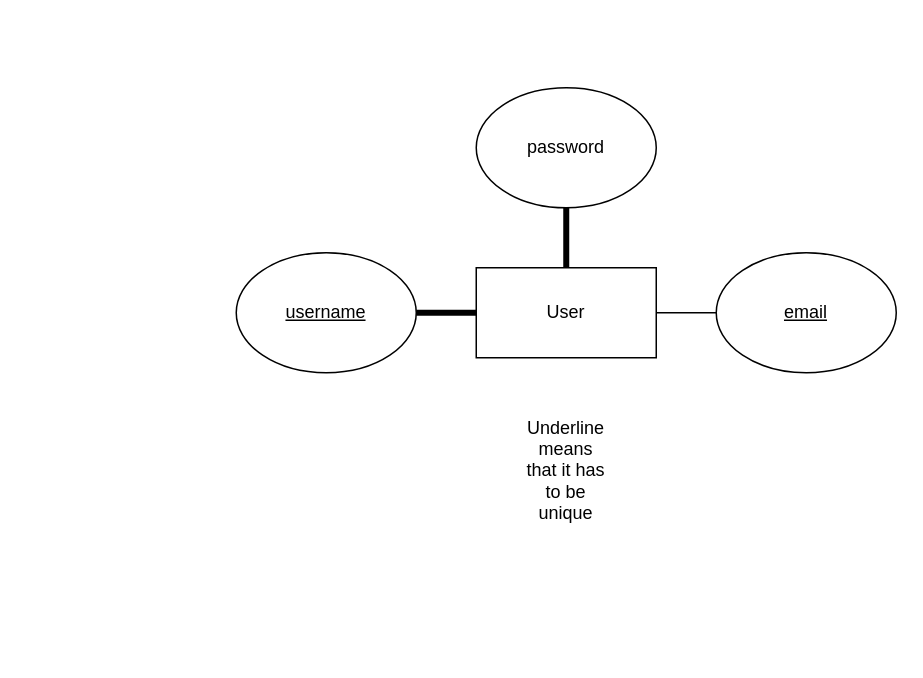
MackInSpace/2-SQL keeps this draw.io diagram as week1/more_practice.drawio. Above is the earlier version. Source tidied: cells renumbered, new cells numbered last; positions are measured from the earlier drawing's top-left corner, leaving out a move shared by most shapes. Both pictures are drawn from the tidied source at 150%, with x=0, y=0 at pixel (236, 87).
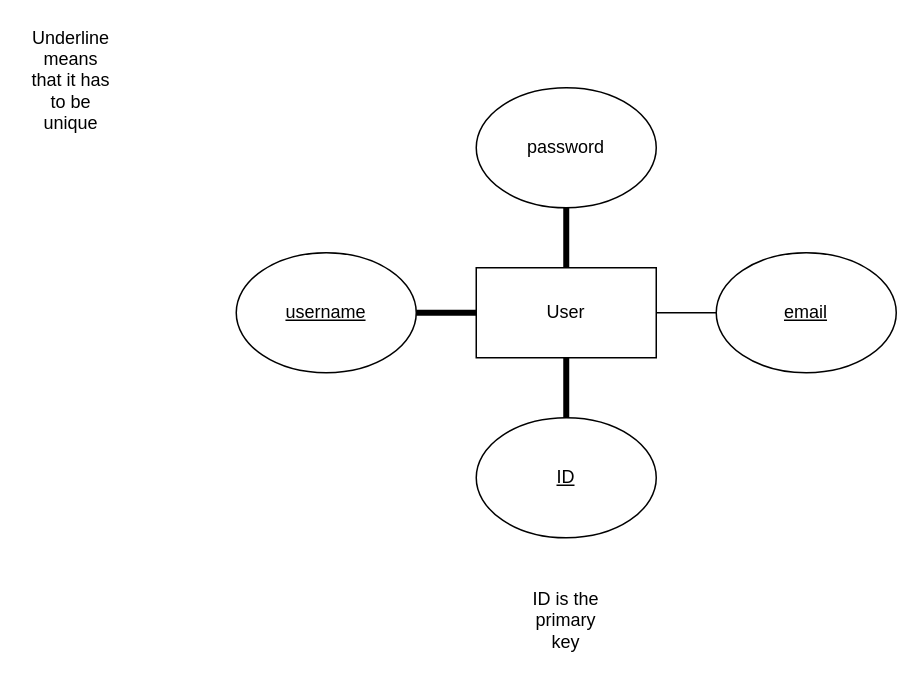
Above is the later version.

Commit message:
primary key

What changed in the source:
```diff
@@
 <mxGraphModel>
   <root>
     <mxCell id="0" />
     <mxCell id="1" parent="0" />
     <mxCell id="2" value="User" style="rounded=0;whiteSpace=wrap;html=1;" parent="1" vertex="1">
       <mxGeometry x="160" y="120" width="120" height="60" as="geometry" />
     </mxCell>
     <mxCell id="3" value="&lt;u&gt;username&lt;/u&gt;" style="ellipse;whiteSpace=wrap;html=1;" parent="1" vertex="1">
       <mxGeometry y="110" width="120" height="80" as="geometry" />
     </mxCell>
     <mxCell id="4" value="password" style="ellipse;whiteSpace=wrap;html=1;" parent="1" vertex="1">
       <mxGeometry x="160" width="120" height="80" as="geometry" />
     </mxCell>
     <mxCell id="5" value="&lt;u&gt;email&lt;/u&gt;" style="ellipse;whiteSpace=wrap;html=1;" parent="1" vertex="1">
       <mxGeometry x="320" y="110" width="120" height="80" as="geometry" />
     </mxCell>
     <mxCell id="6" style="endArrow=none;html=1;exitX=0.5;exitY=0;exitDx=0;exitDy=0;entryX=0.5;entryY=1;entryDx=0;entryDy=0;strokeWidth=4;" parent="1" edge="1" source="2" target="4">
       <mxGeometry relative="1" as="geometry" />
     </mxCell>
     <mxCell id="7" style="endArrow=none;html=1;exitX=1;exitY=0.5;exitDx=0;exitDy=0;entryX=0;entryY=0.5;entryDx=0;entryDy=0;strokeWidth=4;" parent="1" edge="1" source="3" target="2">
       <mxGeometry relative="1" as="geometry" />
     </mxCell>
     <mxCell id="8" style="endArrow=none;html=1;entryX=0;entryY=0.5;entryDx=0;entryDy=0;exitX=1;exitY=0.5;exitDx=0;exitDy=0;" parent="1" edge="1" source="2" target="5">
       <mxGeometry relative="1" as="geometry" />
     </mxCell>
     <mxCell id="9" value="Underline means that it has to be unique" style="text;html=1;align=center;verticalAlign=middle;whiteSpace=wrap;rounded=0;" parent="1" vertex="1">
-      <mxGeometry x="190" y="240" width="60" height="30" as="geometry" />
+      <mxGeometry x="-140" y="-20" width="60" height="30" as="geometry" />
     </mxCell>
+    <mxCell id="10" value="&lt;u&gt;ID&lt;/u&gt;" style="ellipse;whiteSpace=wrap;html=1;" parent="1" vertex="1">
+      <mxGeometry x="160" y="220" width="120" height="80" as="geometry" />
+    </mxCell>
+    <mxCell id="11" style="endArrow=none;html=1;exitX=0.5;exitY=0;exitDx=0;exitDy=0;entryX=0.5;entryY=1;entryDx=0;entryDy=0;strokeWidth=4;" parent="1" edge="1" source="10" target="2">
+      <mxGeometry relative="1" as="geometry" />
+    </mxCell>
+    <mxCell id="12" value="ID is the primary key" style="text;html=1;align=center;verticalAlign=middle;whiteSpace=wrap;rounded=0;" parent="1" vertex="1">
+      <mxGeometry x="190" y="340" width="60" height="30" as="geometry" />
+    </mxCell>
   </root>
 </mxGraphModel>
```
